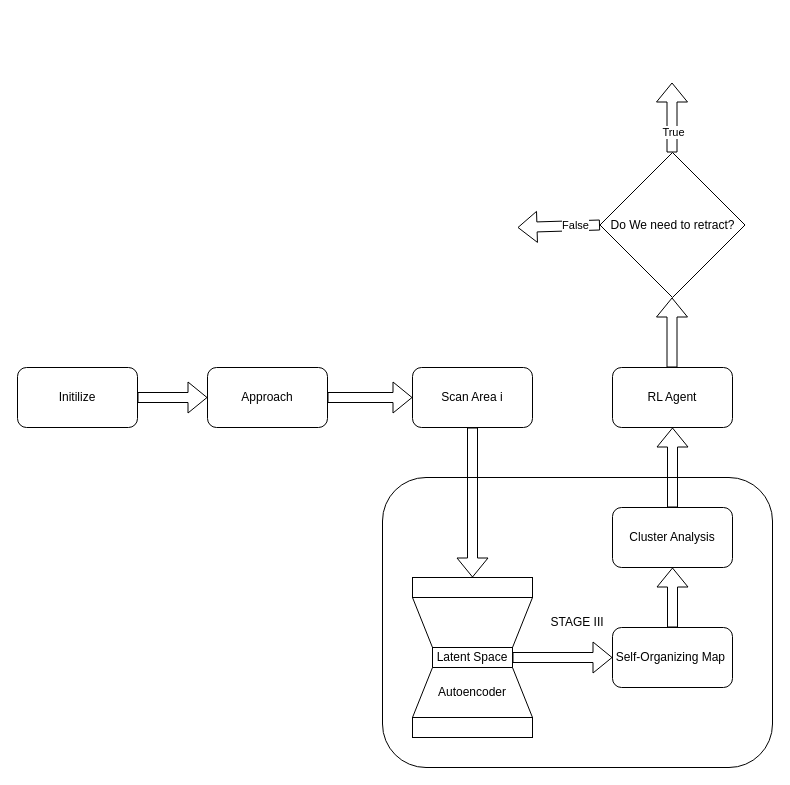
Before: Untitled Diagram.drawio in petavazohi/STMAnalyzer, a draw.io diagram. Source tidied: cells renumbered, new cells numbered last; positions are measured from the earlier drawing's top-left corner, leaving out a move shared by most shapes. Both pictures are drawn from the tidied source at 100%, with x=0, y=0 at pixel (17, 82).
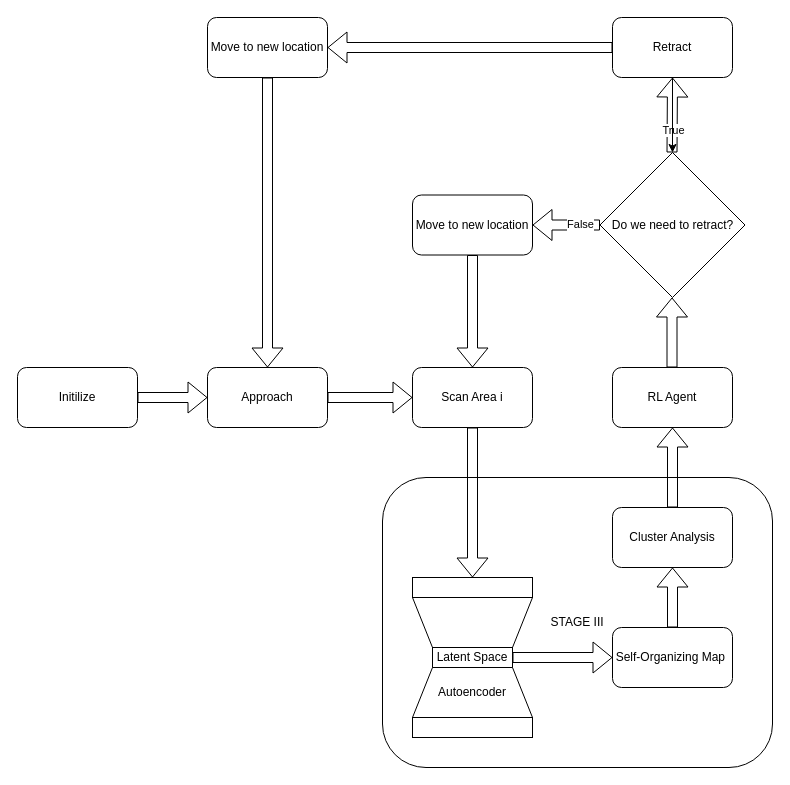
The same page after the edit.

The change refers to these unchanged cells:
```xml
<mxCell id="3" value="Scan Area i" style="rounded=1;whiteSpace=wrap;html=1;" parent="1" vertex="1">
  <mxGeometry x="395" y="285" width="120" height="60" as="geometry" />
</mxCell>
<mxCell id="18" value="Approach" style="rounded=1;whiteSpace=wrap;html=1;" parent="1" vertex="1">
  <mxGeometry x="190" y="285" width="120" height="60" as="geometry" />
</mxCell>
```

Diff of the diagram source:
```diff
@@
-    <mxCell id="21" value="Do We need to retract?" style="rhombus;whiteSpace=wrap;html=1;" parent="1" vertex="1">
+    <mxCell id="21" value="Do we need to retract?" style="rhombus;whiteSpace=wrap;html=1;" parent="1" vertex="1">
       <mxGeometry x="582.5" y="70" width="145" height="145" as="geometry" />
     </mxCell>
-    <mxCell id="22" style="shape=flexArrow;endArrow=classic;html=1;rounded=0;exitX=0.442;exitY=0;exitDx=0;exitDy=0;exitPerimeter=0;" parent="1" edge="1">
+    <mxCell id="22" style="shape=flexArrow;endArrow=classic;html=1;rounded=0;exitX=0.442;exitY=0;exitDx=0;exitDy=0;exitPerimeter=0;entryX=0.5;entryY=1;entryDx=0;entryDy=0;" parent="1" edge="1" target="28">
       <mxGeometry relative="1" as="geometry">
         <mxPoint x="654.5" y="70" as="sourcePoint" />
-        <mxPoint x="654.5" as="targetPoint" />
       </mxGeometry>
     </mxCell>
@@
-    <mxCell id="24" style="shape=flexArrow;endArrow=classic;html=1;rounded=0;exitX=0;exitY=0.5;exitDx=0;exitDy=0;" parent="1" edge="1" source="21">
-      <mxGeometry relative="1" as="geometry">
-        <mxPoint x="500" y="145" as="targetPoint" />
-      </mxGeometry>
+    <mxCell id="24" style="shape=flexArrow;endArrow=classic;html=1;rounded=0;exitX=0;exitY=0.5;exitDx=0;exitDy=0;entryX=1;entryY=0.5;entryDx=0;entryDy=0;" parent="1" edge="1" source="21" target="31">
+      <mxGeometry relative="1" as="geometry" />
     </mxCell>
@@
+    <mxCell id="26" value="Move to new location" style="rounded=1;whiteSpace=wrap;html=1;" parent="1" vertex="1">
+      <mxGeometry x="190" y="-65" width="120" height="60" as="geometry" />
+    </mxCell>
+    <mxCell id="27" style="edgeStyle=orthogonalEdgeStyle;rounded=0;jettySize=auto;html=1;" parent="1" edge="1" source="28" target="21">
+      <mxGeometry relative="1" as="geometry" />
+    </mxCell>
+    <mxCell id="28" value="Retract" style="rounded=1;whiteSpace=wrap;html=1;" parent="1" vertex="1">
+      <mxGeometry x="595" y="-65" width="120" height="60" as="geometry" />
+    </mxCell>
+    <mxCell id="29" style="shape=flexArrow;endArrow=classic;html=1;rounded=0;entryX=1;entryY=0.5;entryDx=0;entryDy=0;exitX=0;exitY=0.5;exitDx=0;exitDy=0;" parent="1" edge="1" source="28" target="26">
+      <mxGeometry relative="1" as="geometry" />
+    </mxCell>
+    <mxCell id="30" style="shape=flexArrow;endArrow=classic;html=1;rounded=0;exitX=0.5;exitY=1;exitDx=0;exitDy=0;" parent="1" edge="1" source="26" target="18">
+      <mxGeometry relative="1" as="geometry" />
+    </mxCell>
+    <mxCell id="31" value="Move to new location" style="rounded=1;whiteSpace=wrap;html=1;" parent="1" vertex="1">
+      <mxGeometry x="395" y="112.5" width="120" height="60" as="geometry" />
+    </mxCell>
+    <mxCell id="32" style="shape=flexArrow;endArrow=classic;html=1;rounded=0;exitX=0.5;exitY=1;exitDx=0;exitDy=0;" parent="1" edge="1" source="31" target="3">
+      <mxGeometry relative="1" as="geometry" />
+    </mxCell>
```
